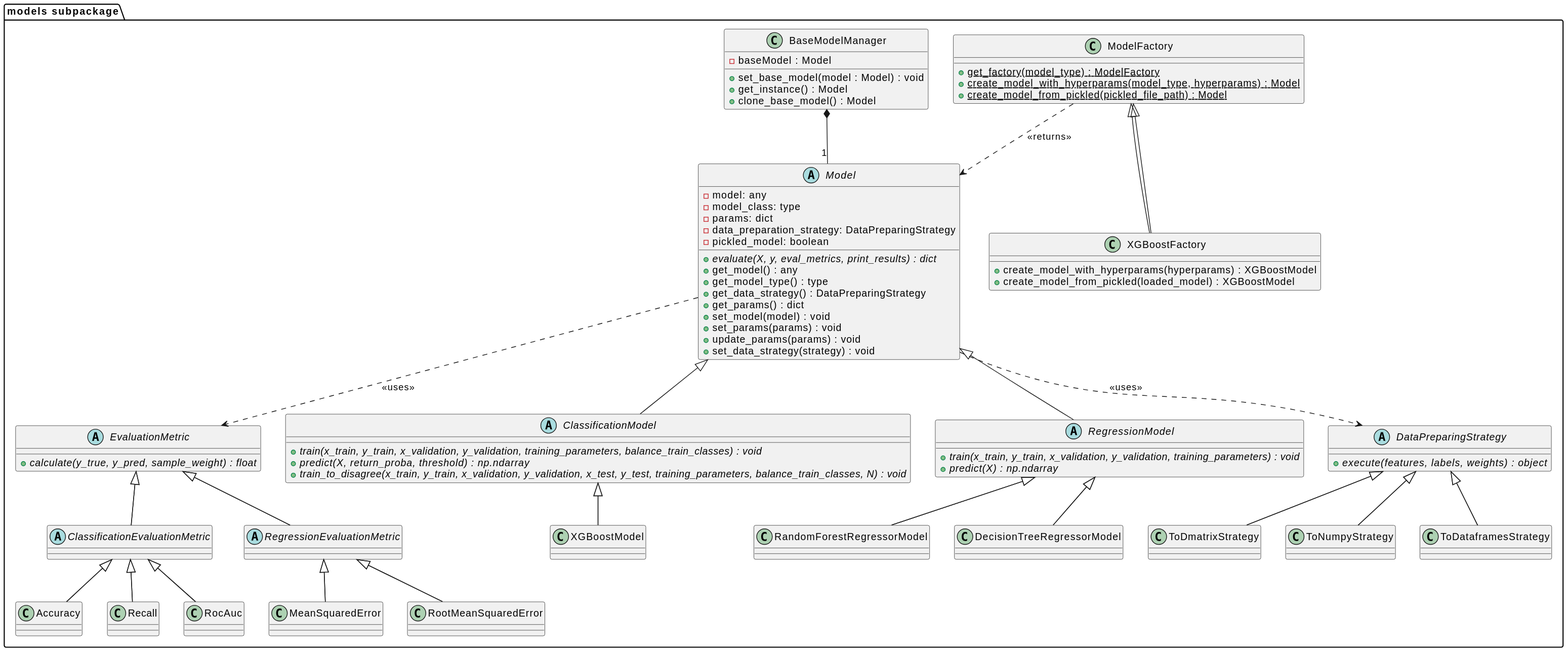
This is docs/diagrams/models.svg from MEDomics-UdeS/MED3pa, a PlantUML export, as it was before one commit.
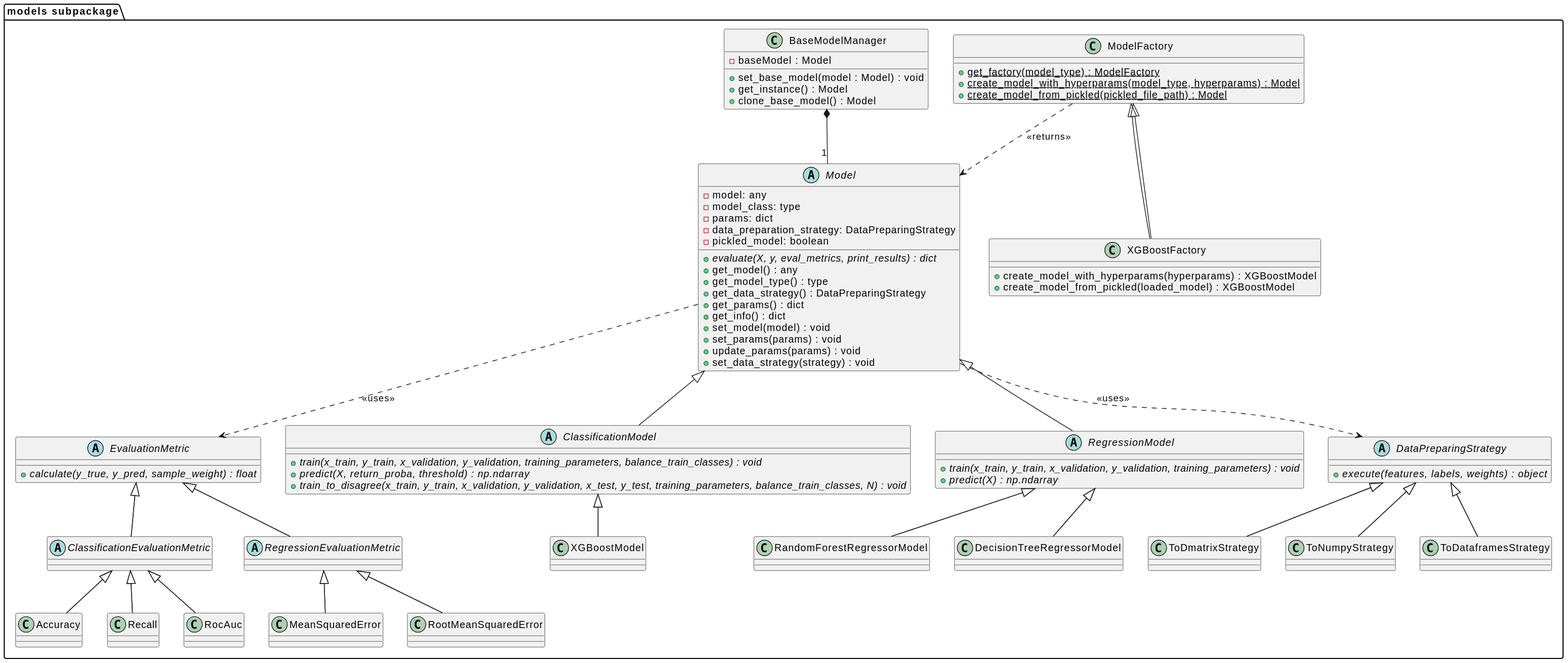
After the commit.

Change to the diagram source:
```diff
@@ -36,6 +36,7 @@
       +get_model_type() : type
       +get_data_strategy() : DataPreparingStrategy
       +get_params() : dict
+      +get_info() : dict
       +set_model(model) : void
       +set_params(params) : void
       +update_params(params) : void
```
